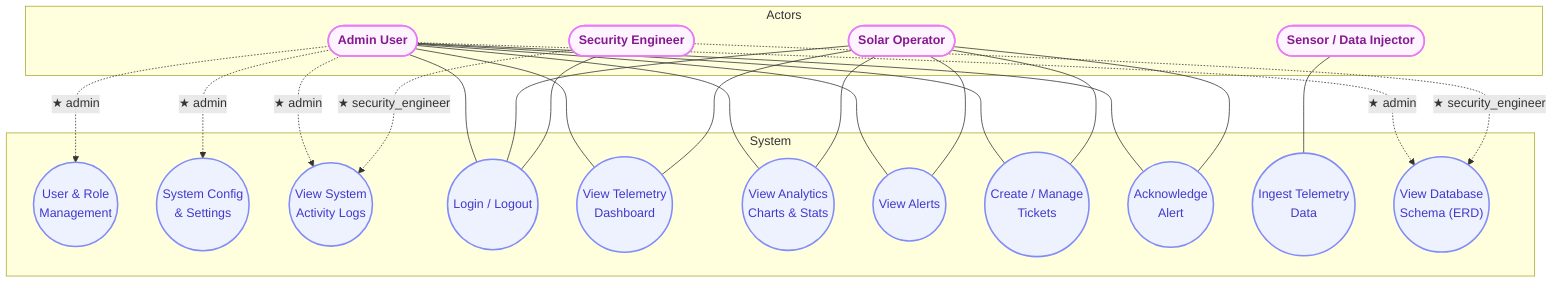
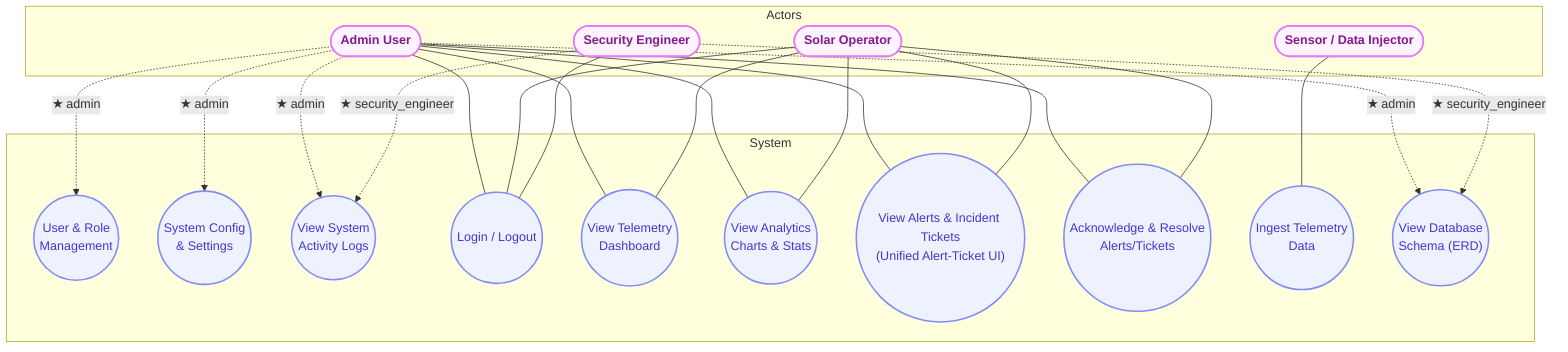
graph TB
  subgraph Actors
    Admin(["Admin User"]):::actor
    Operator(["Solar Operator"]):::actor
    Security(["Security Engineer"]):::actor
    Injector(["Sensor / Data Injector"]):::actor
  end

  subgraph System
    useManageUsers(("User & Role\nManagement")):::system
    useManageSettings(("System Config\n& Settings")):::system
    useViewActivityLogs(("View System\nActivity Logs")):::system
    useLogin(("Login / Logout")):::system
    useViewDashboard(("View Telemetry\nDashboard")):::system
    useViewAnalytics(("View Analytics\nCharts & Stats")):::system
-     useViewAlerts(("View Alerts")):::system
-     useManageTickets(("Create / Manage\nTickets")):::system
-     useAcknowledgeAlert(("Acknowledge\nAlert")):::system
+     useViewAlerts(("View Alerts & Incident Tickets\n(Unified Alert-Ticket UI)")):::system
+     useAcknowledgeAlert(("Acknowledge & Resolve\nAlerts/Tickets")):::system
    useInjectData(("Ingest Telemetry\nData")):::system
    useViewDatabaseSchema(("View Database\nSchema (ERD)")):::system
  end

  %% Admin-only (dashed = exclusive privilege)
  Admin -. "★ admin" .-> useManageUsers
  Admin -. "★ admin" .-> useManageSettings
  Admin -. "★ admin" .-> useViewDatabaseSchema
  Admin -. "★ admin" .-> useViewActivityLogs

  %% Security Engineer
  Security -. "★ security_engineer" .-> useViewActivityLogs
  Security -. "★ security_engineer" .-> useViewDatabaseSchema

  %% Shared access
  Admin --- useLogin
  Admin --- useViewDashboard
  Admin --- useViewAnalytics
  Admin --- useViewAlerts
-   Admin --- useManageTickets
  Admin --- useAcknowledgeAlert

  Operator --- useLogin
  Operator --- useViewDashboard
  Operator --- useViewAnalytics
  Operator --- useViewAlerts
-   Operator --- useManageTickets
  Operator --- useAcknowledgeAlert

  Security --- useLogin

  %% System actor
  Injector --- useInjectData

  classDef actor fill:#fdf4ff,stroke:#e879f9,stroke-width:2px,color:#86198f,font-weight:bold
  classDef system fill:#eef2ff,stroke:#818cf8,stroke-width:2px,color:#4338ca
